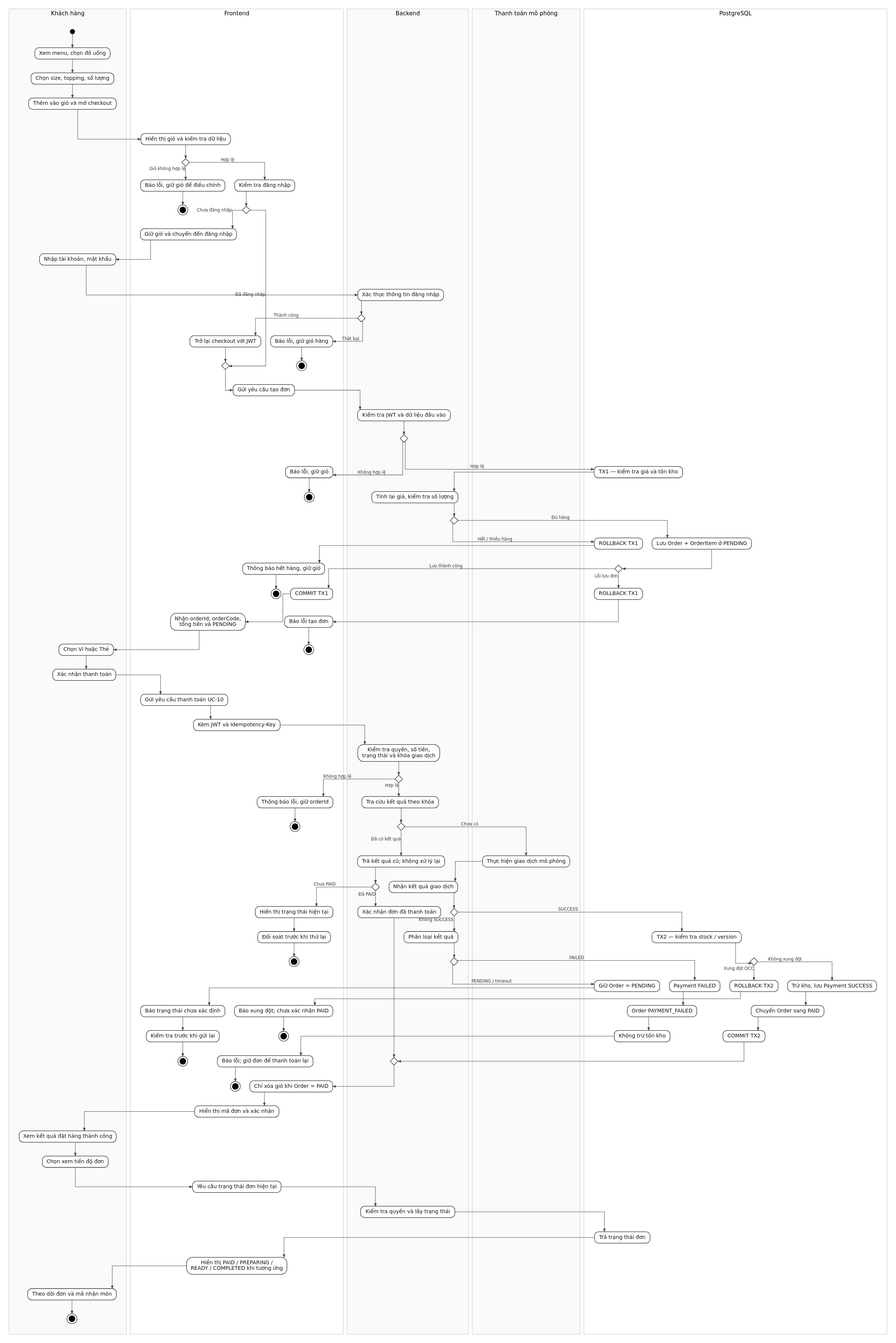
Earlier version of the PlantUML export docs/diagram/ActivityDiagram.svg (vohuunghiaah/brewlite). Its source is kept beside it as docs/diagram/ActivityDiagram.puml.
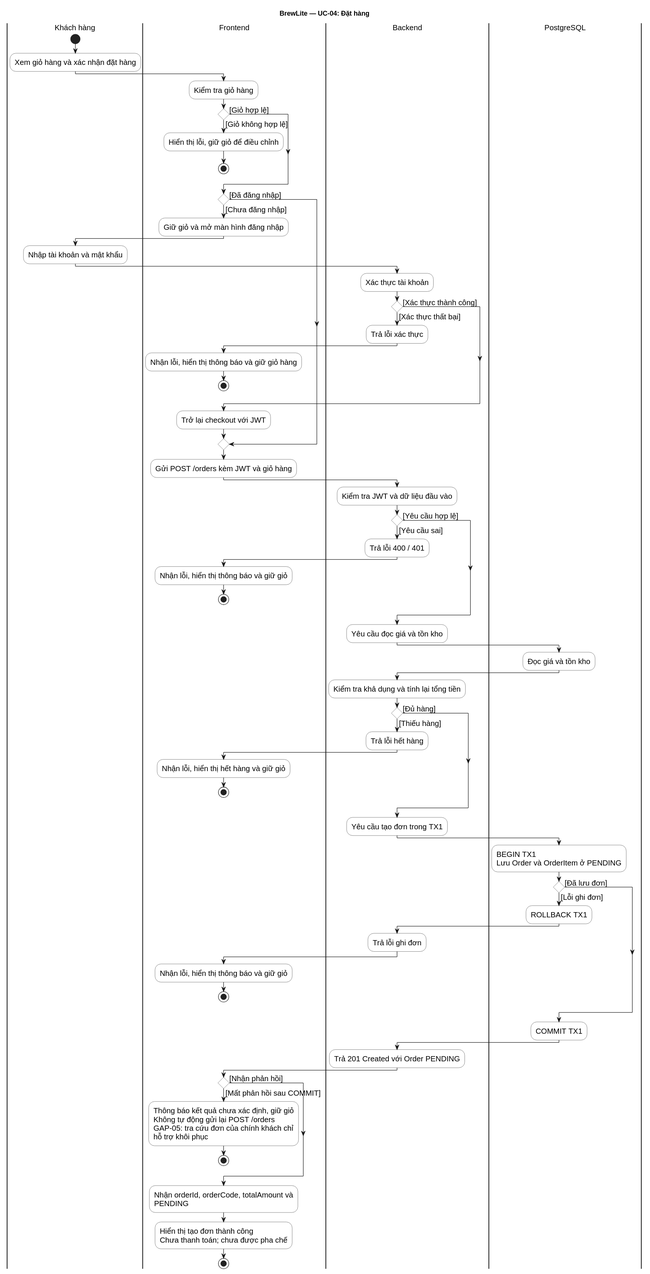
The same file after the commit.

Commit message:
docs: correct Task 2.1 activity responsibilities and async flows

Diff of the diagram source:
```diff
@@ -1,174 +1,90 @@
 @startuml
-
+title BrewLite — UC-04: Đặt hàng
+skinparam defaultFontName Arial
+skinparam defaultFontSize 16
 skinparam backgroundColor white
-skinparam defaultFontName "DejaVu Sans"
-skinparam defaultFontSize 12
-skinparam defaultTextAlignment center
 skinparam shadowing false
-skinparam roundCorner 4
-skinparam ArrowColor black
-skinparam ArrowThickness 1
 skinparam ActivityBackgroundColor white
-skinparam ActivityBorderColor black
-skinparam ActivityFontColor black
+skinparam ActivityBorderColor #333333
 skinparam ActivityDiamondBackgroundColor white
-skinparam ActivityDiamondBorderColor black
-skinparam ActivityDiamondFontColor white
-skinparam SwimlaneBorderColor #888888
-skinparam SwimlaneTitleBackgroundColor white
-skinparam PartitionBackgroundColor white
-skinparam wrapWidth 170
-
+skinparam ActivityDiamondBorderColor #333333
+skinparam wrapWidth 315
 |Khách hàng|
 start
-:Xem menu, chọn đồ uống;
-:Chọn size, topping, số lượng;
-:Thêm vào giỏ và mở checkout;
+:Xem giỏ hàng và xác nhận đặt hàng;
 |Frontend|
-:Hiển thị giỏ và kiểm tra dữ liệu;
-if () then (Giỏ không hợp lệ)
-  :Báo lỗi, giữ giỏ để điều chỉnh;
-  stop
-else (Hợp lệ)
+:Kiểm tra giỏ hàng;
+if () then ([Giỏ không hợp lệ])
+:Hiển thị lỗi, giữ giỏ để điều chỉnh;
+stop
+else ([Giỏ hợp lệ])
 endif
-
-:Kiểm tra đăng nhập;
-if () then (Chưa đăng nhập)
-  :Giữ giỏ và chuyển đến đăng nhập;
-  |Khách hàng|
-  :Nhập tài khoản, mật khẩu;
-  |Backend|
-  :Xác thực thông tin đăng nhập;
-  if () then (Thất bại)
-    |Frontend|
-    :Báo lỗi, giữ giỏ hàng;
-    stop
-  else (Thành công)
-    |Frontend|
-    :Trở lại checkout với JWT;
-  endif
-else (Đã đăng nhập)
+if () then ([Chưa đăng nhập])
+:Giữ giỏ và mở màn hình đăng nhập;
+|Khách hàng|
+:Nhập tài khoản và mật khẩu;
+|Backend|
+:Xác thực tài khoản;
+if () then ([Xác thực thất bại])
+:Trả lỗi xác thực;
+|Frontend|
+:Nhận lỗi, hiển thị thông báo và giữ giỏ hàng;
+stop
+else ([Xác thực thành công])
 endif
-
 |Frontend|
-:Gửi yêu cầu tạo đơn;
+:Trở lại checkout với JWT;
+else ([Đã đăng nhập])
+endif
+:Gửi POST /orders kèm JWT và giỏ hàng;
 |Backend|
 :Kiểm tra JWT và dữ liệu đầu vào;
-if () then (Không hợp lệ)
-  |Frontend|
-  :Báo lỗi, giữ giỏ;
-  stop
-else (Hợp lệ)
+if () then ([Yêu cầu sai])
+:Trả lỗi 400 / 401;
+|Frontend|
+:Nhận lỗi, hiển thị thông báo và giữ giỏ;
+stop
+else ([Yêu cầu hợp lệ])
 endif
-
+|Backend|
+:Yêu cầu đọc giá và tồn kho;
 |PostgreSQL|
-:TX1 — kiểm tra giá và tồn kho;
+:Đọc giá và tồn kho;
 |Backend|
-:Tính lại giá, kiểm tra số lượng;
-if () then (Hết / thiếu hàng)
-  |PostgreSQL|
-  :ROLLBACK TX1;
-  |Frontend|
-  :Thông báo hết hàng, giữ giỏ;
-  stop
-else (Đủ hàng)
+:Kiểm tra khả dụng và tính lại tổng tiền;
+if () then ([Thiếu hàng])
+:Trả lỗi hết hàng;
+|Frontend|
+:Nhận lỗi, hiển thị hết hàng và giữ giỏ;
+stop
+else ([Đủ hàng])
+endif
+|Backend|
+:Yêu cầu tạo đơn trong TX1;
+|PostgreSQL|
+:BEGIN TX1\nLưu Order và OrderItem ở PENDING;
+if () then ([Lỗi ghi đơn])
+:ROLLBACK TX1;
+|Backend|
+:Trả lỗi ghi đơn;
+|Frontend|
+:Nhận lỗi, hiển thị thông báo và giữ giỏ;
+stop
+else ([Đã lưu đơn])
 endif
 |PostgreSQL|
-:Lưu Order + OrderItem ở PENDING;
-if () then (Lỗi lưu đơn)
-  :ROLLBACK TX1;
-  |Frontend|
-  :Báo lỗi tạo đơn;
-  stop
-else (Lưu thành công)
-  :COMMIT TX1;
+:COMMIT TX1;
+|Backend|
+:Trả 201 Created với Order PENDING;
+|Frontend|
+if () then ([Mất phản hồi sau COMMIT])
+:Thông báo kết quả chưa xác định, giữ giỏ
+Không tự động gửi lại POST /orders
+GAP-05: tra cứu đơn của chính khách chỉ hỗ trợ khôi phục;
+stop
+else ([Nhận phản hồi])
 endif
-|Frontend|
-:Nhận orderId, orderCode,\ntổng tiền và PENDING;
-
-|Khách hàng|
-:Chọn Ví hoặc Thẻ;
-:Xác nhận thanh toán;
-|Frontend|
-:Gửi yêu cầu thanh toán UC-10;
-:Kèm JWT và Idempotency-Key;
-|Backend|
-:Kiểm tra quyền, số tiền,\ntrạng thái và khóa giao dịch;
-if () then (Không hợp lệ)
-  |Frontend|
-  :Thông báo lỗi, giữ orderId;
-  stop
-else (Hợp lệ)
-endif
-
-|Backend|
-:Tra cứu kết quả theo khóa;
-if () then (Đã có kết quả)
-  :Trả kết quả cũ; không xử lý lại;
-  if () then (Đã PAID)
-    :Xác nhận đơn đã thanh toán;
-  else (Chưa PAID)
-    |Frontend|
-    :Hiển thị trạng thái hiện tại;
-    :Đối soát trước khi thử lại;
-    stop
-  endif
-else (Chưa có)
-  |Thanh toán mô phỏng|
-  :Thực hiện giao dịch mô phỏng;
-  |Backend|
-  :Nhận kết quả giao dịch;
-  if () then (SUCCESS)
-    |PostgreSQL|
-    :TX2 — kiểm tra stock / version;
-    if () then (Xung đột OCC)
-      :ROLLBACK TX2;
-      |Frontend|
-      :Báo xung đột; chưa xác nhận PAID;
-      stop
-    else (Không xung đột)
-      |PostgreSQL|
-      :Trừ kho, lưu Payment SUCCESS;
-      :Chuyển Order sang PAID;
-      :COMMIT TX2;
-    endif
-  else (Không SUCCESS)
-    |Backend|
-    :Phân loại kết quả;
-    if () then (FAILED)
-      |PostgreSQL|
-      :Payment FAILED;
-      :Order PAYMENT_FAILED;
-      :Không trừ tồn kho;
-      |Frontend|
-      :Báo lỗi; giữ đơn để thanh toán lại;
-      stop
-    else (PENDING / timeout)
-      |PostgreSQL|
-      :Giữ Order = PENDING;
-      |Frontend|
-      :Báo trạng thái chưa xác định;
-      :Kiểm tra trước khi gửi lại;
-      stop
-    endif
-  endif
-endif
-
-|Frontend|
-:Chỉ xóa giỏ khi Order = PAID;
-:Hiển thị mã đơn và xác nhận;
-|Khách hàng|
-:Xem kết quả đặt hàng thành công;
-:Chọn xem tiến độ đơn;
-|Frontend|
-:Yêu cầu trạng thái đơn hiện tại;
-|Backend|
-:Kiểm tra quyền và lấy trạng thái;
-|PostgreSQL|
-:Trả trạng thái đơn;
-|Frontend|
-:Hiển thị PAID / PREPARING /\nREADY / COMPLETED khi tương ứng;
-|Khách hàng|
-:Theo dõi đơn và mã nhận món;
+:Nhận orderId, orderCode, totalAmount và PENDING;
+:Hiển thị tạo đơn thành công\nChưa thanh toán; chưa được pha chế;
 stop
 @enduml
```
